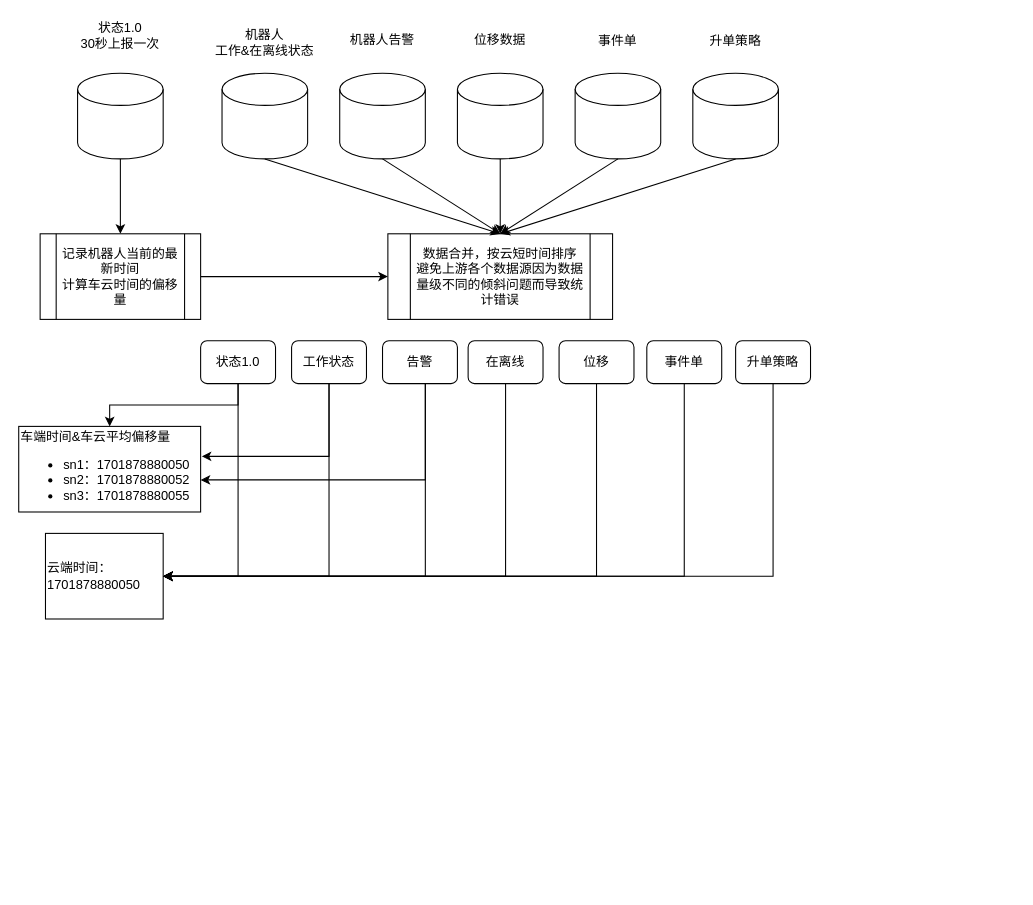
stgztsw/diagrams keeps this draw.io diagram as 运程运维云端大兜底.drawio. Above is the earlier version. Source tidied: cells renumbered, new cells numbered last; positions are measured from the earlier drawing's top-left corner, leaving out a move shared by most shapes. Both pictures are drawn from the tidied source at 107%, with x=0, y=0 at pixel (18, 18).
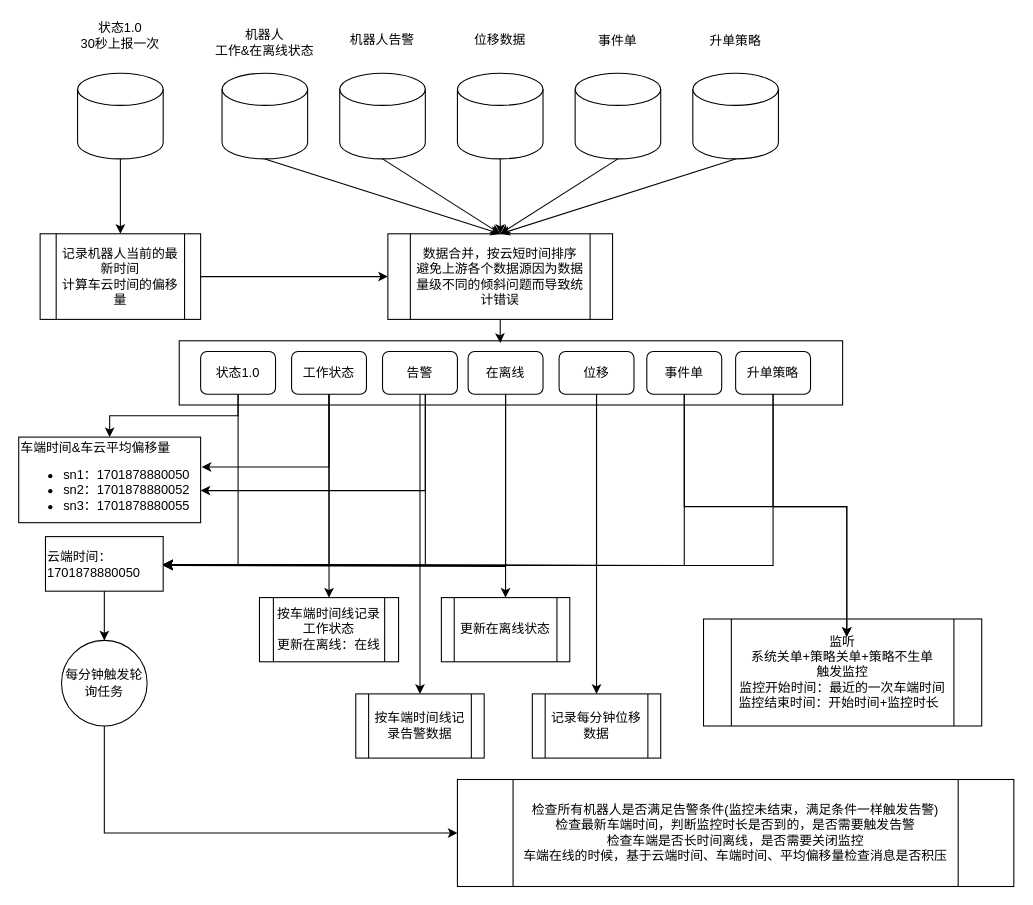
Above is the later version.

Commit message (it also covers changes not shown here):
更新运程运维云端大兜底.drawio

Unchanged cells that the change refers to:
```xml
<mxCell id="13" value="数据合并，按云短时间排序&lt;br&gt;避免上游各个数据源因为数据量级不同的倾斜问题而导致统计错误" style="shape=process;whiteSpace=wrap;html=1;backgroundOutline=1;" parent="1" vertex="1">
  <mxGeometry x="345" y="201" width="210" height="80" as="geometry" />
</mxCell>
```

Change to the diagram source:
```diff
@@
+    <mxCell id="42" style="rounded=0;whiteSpace=wrap;html=1;" parent="1" vertex="1">
+      <mxGeometry x="150" y="301" width="620" height="60" as="geometry" />
+    </mxCell>
@@
-    <mxCell id="24" style="edgeStyle=orthogonalEdgeStyle;rounded=0;jettySize=auto;html=1;entryX=1;entryY=0.5;entryDx=0;entryDy=0;" parent="1" edge="1" source="25" target="40">
+    <mxCell id="24" style="edgeStyle=orthogonalEdgeStyle;rounded=0;orthogonalLoop=1;jettySize=auto;html=1;entryX=1;entryY=0.5;entryDx=0;entryDy=0;" parent="1" edge="1">
       <mxGeometry relative="1" as="geometry">
+        <mxPoint x="205" y="331" as="sourcePoint" />
+        <mxPoint x="135" y="510" as="targetPoint" />
         <Array as="points">
-          <mxPoint x="205" y="521" />
+          <mxPoint x="205" y="511" />
         </Array>
       </mxGeometry>
     </mxCell>
     <mxCell id="25" value="状态1.0" style="rounded=1;whiteSpace=wrap;html=1;" parent="1" vertex="1">
-      <mxGeometry x="170" y="301" width="70" height="40" as="geometry" />
+      <mxGeometry x="170" y="311" width="70" height="40" as="geometry" />
     </mxCell>
-    <mxCell id="26" style="edgeStyle=orthogonalEdgeStyle;rounded=0;jettySize=auto;html=1;entryX=1;entryY=0.5;entryDx=0;entryDy=0;" parent="1" edge="1" source="27" target="40">
+    <mxCell id="26" style="edgeStyle=orthogonalEdgeStyle;rounded=0;orthogonalLoop=1;jettySize=auto;html=1;entryX=1;entryY=0.5;entryDx=0;entryDy=0;" parent="1" edge="1">
       <mxGeometry relative="1" as="geometry">
+        <mxPoint x="290" y="331" as="sourcePoint" />
+        <mxPoint x="135" y="510" as="targetPoint" />
         <Array as="points">
-          <mxPoint x="290" y="521" />
+          <mxPoint x="290" y="511" />
         </Array>
       </mxGeometry>
     </mxCell>
+    <mxCell id="43" style="edgeStyle=orthogonalEdgeStyle;rounded=0;jettySize=auto;html=1;" parent="1" edge="1" source="27" target="53">
+      <mxGeometry relative="1" as="geometry" />
+    </mxCell>
     <mxCell id="27" value="工作状态" style="rounded=1;whiteSpace=wrap;html=1;" parent="1" vertex="1">
-      <mxGeometry x="255" y="301" width="70" height="40" as="geometry" />
+      <mxGeometry x="255" y="311" width="70" height="40" as="geometry" />
     </mxCell>
-    <mxCell id="28" style="edgeStyle=orthogonalEdgeStyle;rounded=0;jettySize=auto;html=1;entryX=1;entryY=0.5;entryDx=0;entryDy=0;" parent="1" edge="1" source="29" target="40">
+    <mxCell id="28" style="edgeStyle=orthogonalEdgeStyle;rounded=0;orthogonalLoop=1;jettySize=auto;html=1;entryX=1;entryY=0.5;entryDx=0;entryDy=0;" parent="1" edge="1">
       <mxGeometry relative="1" as="geometry">
+        <mxPoint x="455" y="332" as="sourcePoint" />
+        <mxPoint x="135" y="511" as="targetPoint" />
         <Array as="points">
-          <mxPoint x="455" y="521" />
+          <mxPoint x="455" y="512" />
         </Array>
       </mxGeometry>
     </mxCell>
+    <mxCell id="44" style="edgeStyle=orthogonalEdgeStyle;rounded=0;jettySize=auto;html=1;" parent="1" edge="1" source="29" target="54">
+      <mxGeometry relative="1" as="geometry" />
+    </mxCell>
     <mxCell id="29" value="在离线" style="rounded=1;whiteSpace=wrap;html=1;" parent="1" vertex="1">
-      <mxGeometry x="420" y="301" width="70" height="40" as="geometry" />
+      <mxGeometry x="420" y="311" width="70" height="40" as="geometry" />
     </mxCell>
     <mxCell id="30" style="edgeStyle=orthogonalEdgeStyle;rounded=0;orthogonalLoop=1;jettySize=auto;html=1;" parent="1" edge="1">
       <mxGeometry relative="1" as="geometry">
-        <mxPoint x="380" y="331" as="sourcePoint" />
-        <mxPoint x="170" y="431" as="targetPoint" />
+        <mxPoint x="380" y="341" as="sourcePoint" />
+        <mxPoint x="170" y="441" as="targetPoint" />
         <Array as="points">
-          <mxPoint x="380" y="431" />
+          <mxPoint x="380" y="441" />
         </Array>
       </mxGeometry>
     </mxCell>
-    <mxCell id="31" style="edgeStyle=orthogonalEdgeStyle;rounded=0;jettySize=auto;html=1;entryX=1;entryY=0.5;entryDx=0;entryDy=0;" parent="1" edge="1" source="32" target="40">
+    <mxCell id="31" style="edgeStyle=orthogonalEdgeStyle;rounded=0;orthogonalLoop=1;jettySize=auto;html=1;entryX=1;entryY=0.5;entryDx=0;entryDy=0;" parent="1" edge="1">
       <mxGeometry relative="1" as="geometry">
+        <mxPoint x="380" y="331" as="sourcePoint" />
+        <mxPoint x="135" y="510" as="targetPoint" />
         <Array as="points">
-          <mxPoint x="380" y="521" />
+          <mxPoint x="380" y="511" />
         </Array>
       </mxGeometry>
     </mxCell>
+    <mxCell id="45" style="edgeStyle=orthogonalEdgeStyle;rounded=0;jettySize=auto;html=1;" parent="1" edge="1" source="32" target="52">
+      <mxGeometry relative="1" as="geometry" />
+    </mxCell>
     <mxCell id="32" value="告警" style="rounded=1;whiteSpace=wrap;html=1;" parent="1" vertex="1">
-      <mxGeometry x="340" y="301" width="70" height="40" as="geometry" />
+      <mxGeometry x="340" y="311" width="70" height="40" as="geometry" />
     </mxCell>
-    <mxCell id="33" style="edgeStyle=orthogonalEdgeStyle;rounded=0;jettySize=auto;html=1;entryX=1;entryY=0.5;entryDx=0;entryDy=0;" parent="1" edge="1" source="34" target="40">
+    <mxCell id="33" style="edgeStyle=orthogonalEdgeStyle;rounded=0;orthogonalLoop=1;jettySize=auto;html=1;entryX=1;entryY=0.5;entryDx=0;entryDy=0;" parent="1" edge="1">
       <mxGeometry relative="1" as="geometry">
+        <mxPoint x="540" y="331" as="sourcePoint" />
+        <mxPoint x="135" y="510" as="targetPoint" />
         <Array as="points">
-          <mxPoint x="540" y="521" />
+          <mxPoint x="540" y="511" />
         </Array>
       </mxGeometry>
     </mxCell>
+    <mxCell id="46" style="edgeStyle=orthogonalEdgeStyle;rounded=0;jettySize=auto;html=1;" parent="1" edge="1" source="34" target="55">
+      <mxGeometry relative="1" as="geometry" />
+    </mxCell>
     <mxCell id="34" value="位移" style="rounded=1;whiteSpace=wrap;html=1;" parent="1" vertex="1">
-      <mxGeometry x="505" y="301" width="70" height="40" as="geometry" />
+      <mxGeometry x="505" y="311" width="70" height="40" as="geometry" />
     </mxCell>
-    <mxCell id="35" style="edgeStyle=orthogonalEdgeStyle;rounded=0;jettySize=auto;html=1;entryX=1;entryY=0.5;entryDx=0;entryDy=0;" parent="1" edge="1" source="36" target="40">
+    <mxCell id="35" style="edgeStyle=orthogonalEdgeStyle;rounded=0;orthogonalLoop=1;jettySize=auto;html=1;entryX=1;entryY=0.5;entryDx=0;entryDy=0;" parent="1" edge="1">
       <mxGeometry relative="1" as="geometry">
+        <mxPoint x="622" y="331" as="sourcePoint" />
+        <mxPoint x="135" y="510" as="targetPoint" />
         <Array as="points">
-          <mxPoint x="622" y="521" />
+          <mxPoint x="622" y="511" />
         </Array>
       </mxGeometry>
     </mxCell>
     <mxCell id="36" value="事件单" style="rounded=1;whiteSpace=wrap;html=1;" parent="1" vertex="1">
-      <mxGeometry x="587" y="301" width="70" height="40" as="geometry" />
+      <mxGeometry x="587" y="311" width="70" height="40" as="geometry" />
     </mxCell>
-    <mxCell id="37" style="edgeStyle=orthogonalEdgeStyle;rounded=0;jettySize=auto;html=1;entryX=1;entryY=0.5;entryDx=0;entryDy=0;" parent="1" edge="1" source="38" target="40">
+    <mxCell id="37" style="edgeStyle=orthogonalEdgeStyle;rounded=0;orthogonalLoop=1;jettySize=auto;html=1;entryX=1;entryY=0.5;entryDx=0;entryDy=0;" parent="1" edge="1">
       <mxGeometry relative="1" as="geometry">
+        <mxPoint x="705" y="331" as="sourcePoint" />
+        <mxPoint x="135" y="511" as="targetPoint" />
         <Array as="points">
-          <mxPoint x="705" y="521" />
+          <mxPoint x="705" y="511" />
         </Array>
       </mxGeometry>
     </mxCell>
     <mxCell id="38" value="升单策略" style="rounded=1;whiteSpace=wrap;html=1;" parent="1" vertex="1">
-      <mxGeometry x="670" y="301" width="70" height="40" as="geometry" />
+      <mxGeometry x="670" y="311" width="70" height="40" as="geometry" />
     </mxCell>
     <mxCell id="39" value="&lt;div&gt;车端时间&amp;amp;车云平均偏移量&lt;/div&gt;&lt;ul&gt;&lt;li&gt;sn1：1701878880050&lt;/li&gt;&lt;li&gt;sn2：1701878880052&lt;/li&gt;&lt;li&gt;sn3：1701878880055&lt;/li&gt;&lt;/ul&gt;" style="text;strokeColor=default;fillColor=none;html=1;whiteSpace=wrap;verticalAlign=middle;overflow=hidden;" parent="1" vertex="1">
-      <mxGeometry y="381" width="170" height="80" as="geometry" />
+      <mxGeometry y="391" width="170" height="80" as="geometry" />
     </mxCell>
+    <mxCell id="47" style="edgeStyle=orthogonalEdgeStyle;rounded=0;jettySize=auto;html=1;" parent="1" edge="1" source="40" target="58">
+      <mxGeometry relative="1" as="geometry" />
+    </mxCell>
     <mxCell id="40" value="云端时间：&lt;br&gt;1701878880050" style="text;strokeColor=default;fillColor=none;html=1;whiteSpace=wrap;verticalAlign=middle;overflow=hidden;" parent="1" vertex="1">
-      <mxGeometry x="25" y="481" width="110" height="80" as="geometry" />
+      <mxGeometry x="25" y="484" width="110" height="51" as="geometry" />
     </mxCell>
     <mxCell id="41" style="edgeStyle=orthogonalEdgeStyle;rounded=0;jettySize=auto;html=1;entryX=1.006;entryY=0.35;entryDx=0;entryDy=0;entryPerimeter=0;" parent="1" edge="1" source="27" target="39">
       <mxGeometry relative="1" as="geometry">
         <Array as="points">
-          <mxPoint x="290" y="409" />
+          <mxPoint x="290" y="419" />
         </Array>
       </mxGeometry>
     </mxCell>
+    <mxCell id="48" style="edgeStyle=orthogonalEdgeStyle;rounded=0;jettySize=auto;html=1;entryX=0.484;entryY=0.033;entryDx=0;entryDy=0;entryPerimeter=0;" parent="1" edge="1" source="13" target="42">
+      <mxGeometry relative="1" as="geometry" />
+    </mxCell>
+    <mxCell id="49" value="监听&lt;br&gt;系统关单+策略关单+策略不生单&lt;br style=&quot;border-color: var(--border-color);&quot;&gt;触发监控&lt;br&gt;监控开始时间：最近的一次车端时间&lt;br&gt;监控结束时间：开始时间+监控时长&amp;nbsp;&amp;nbsp;" style="shape=process;whiteSpace=wrap;html=1;backgroundOutline=1;" parent="1" vertex="1">
+      <mxGeometry x="640" y="561" width="260" height="100" as="geometry" />
+    </mxCell>
+    <mxCell id="50" style="edgeStyle=orthogonalEdgeStyle;rounded=0;jettySize=auto;html=1;entryX=0.515;entryY=0.167;entryDx=0;entryDy=0;entryPerimeter=0;" parent="1" edge="1" source="36" target="49">
+      <mxGeometry relative="1" as="geometry" />
+    </mxCell>
+    <mxCell id="51" style="edgeStyle=orthogonalEdgeStyle;rounded=0;jettySize=auto;html=1;entryX=0.515;entryY=0.167;entryDx=0;entryDy=0;entryPerimeter=0;" parent="1" edge="1" source="38" target="49">
+      <mxGeometry relative="1" as="geometry" />
+    </mxCell>
+    <mxCell id="52" value="按车端时间线记录告警数据" style="shape=process;whiteSpace=wrap;html=1;backgroundOutline=1;" parent="1" vertex="1">
+      <mxGeometry x="315" y="631" width="120" height="60" as="geometry" />
+    </mxCell>
+    <mxCell id="53" value="按车端时间线记录工作状态&lt;br&gt;更新在离线：在线" style="shape=process;whiteSpace=wrap;html=1;backgroundOutline=1;" parent="1" vertex="1">
+      <mxGeometry x="225" y="541" width="130" height="60" as="geometry" />
+    </mxCell>
+    <mxCell id="54" value="更新在离线状态" style="shape=process;whiteSpace=wrap;html=1;backgroundOutline=1;" parent="1" vertex="1">
+      <mxGeometry x="395" y="541" width="120" height="60" as="geometry" />
+    </mxCell>
+    <mxCell id="55" value="记录每分钟位移数据" style="shape=process;whiteSpace=wrap;html=1;backgroundOutline=1;" parent="1" vertex="1">
+      <mxGeometry x="480" y="631" width="120" height="60" as="geometry" />
+    </mxCell>
+    <mxCell id="56" value="检查所有机器人是否满足告警条件(监控未结束，满足条件一样触发告警)&lt;br&gt;检查最新车端时间，判断监控时长是否到的，是否需要触发告警&lt;br&gt;检查车端是否长时间离线，是否需要关闭监控&lt;br&gt;车端在线的时候，基于云端时间、车端时间、平均偏移量检查消息是否积压" style="shape=process;whiteSpace=wrap;html=1;backgroundOutline=1;" parent="1" vertex="1">
+      <mxGeometry x="410" y="711" width="520" height="100" as="geometry" />
+    </mxCell>
+    <mxCell id="57" style="edgeStyle=orthogonalEdgeStyle;rounded=0;jettySize=auto;html=1;entryX=0;entryY=0.5;entryDx=0;entryDy=0;" parent="1" edge="1" source="58" target="56">
+      <mxGeometry relative="1" as="geometry">
+        <Array as="points">
+          <mxPoint x="80" y="761" />
+        </Array>
+      </mxGeometry>
+    </mxCell>
+    <mxCell id="58" value="每分钟触发轮询任务" style="ellipse;whiteSpace=wrap;html=1;" parent="1" vertex="1">
+      <mxGeometry x="40" y="581" width="80" height="80" as="geometry" />
+    </mxCell>
```
